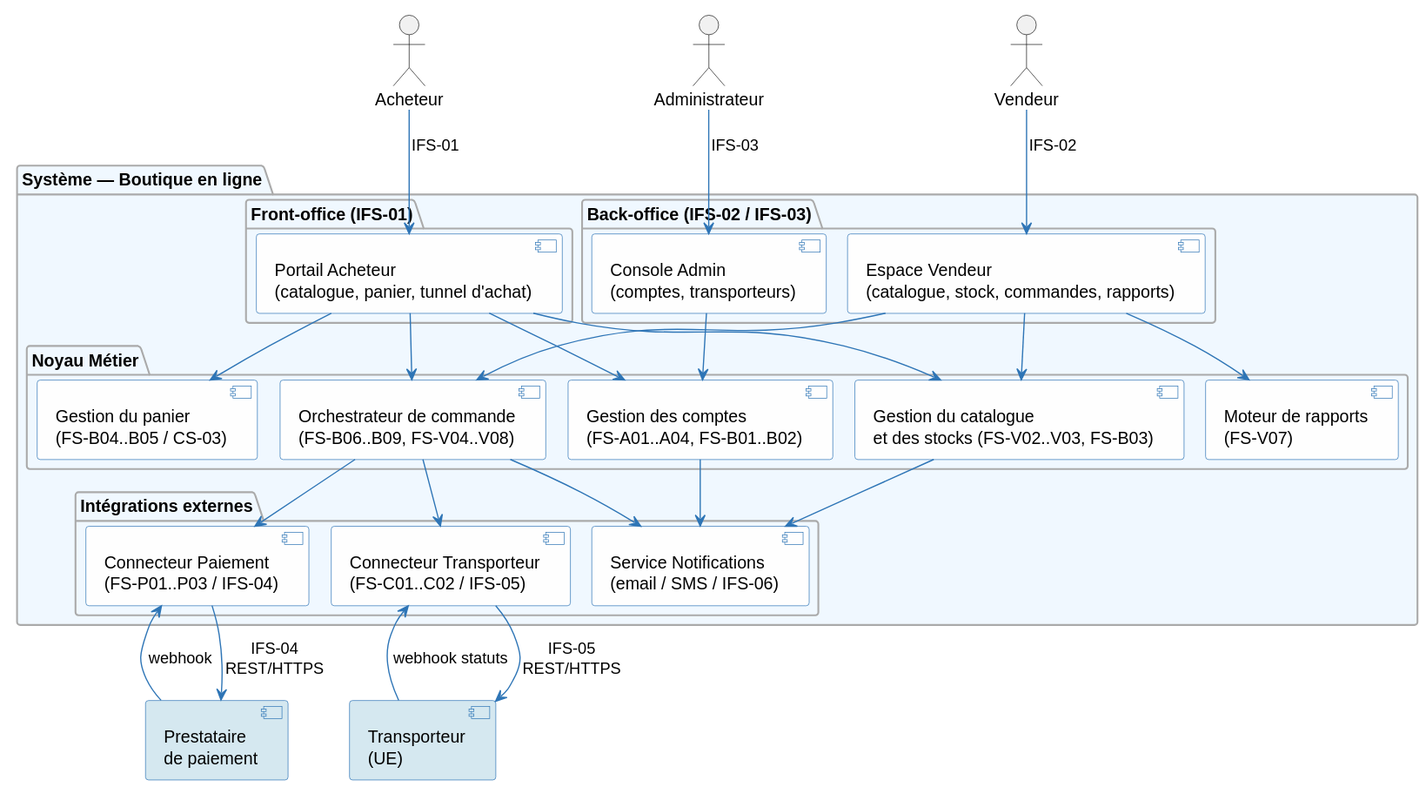
Before: architecture/02-system-analysis/diagrams/sa-components.svg, a diagram exported from PlantUML (louistalvande/online_shop).
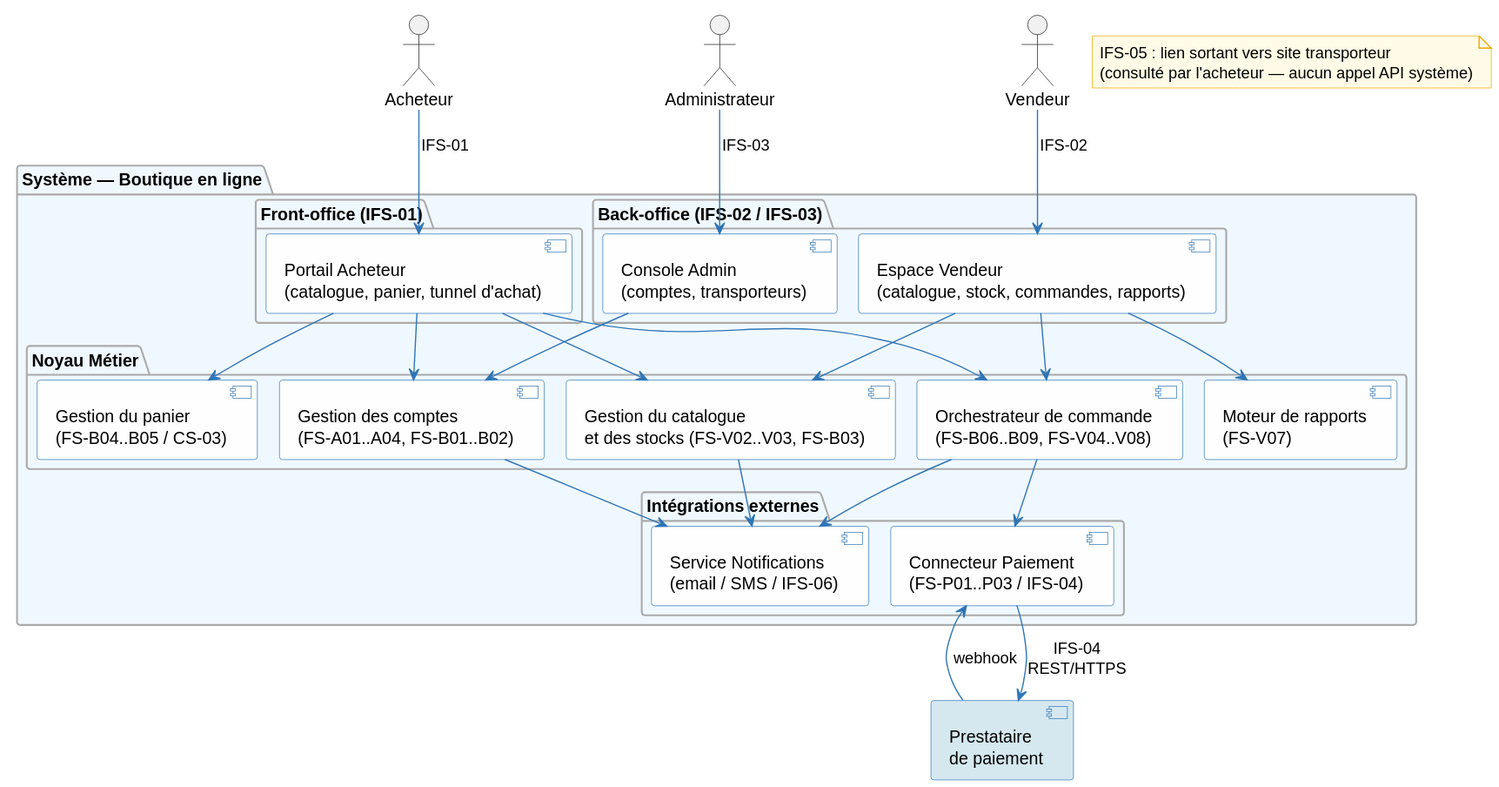
After the commit.

The edit, as a diff of the source:
```diff
@@ -34,14 +34,12 @@
 
   package "Intégrations externes" {
     [Connecteur Paiement\n(FS-P01..P03 / IFS-04)] as PaySvc
-    [Connecteur Transporteur\n(FS-C01..C02 / IFS-05)] as CarrierSvc
     [Service Notifications\n(email / SMS / IFS-06)] as NotifSvc
   }
 
 }
 
 component "Prestataire\nde paiement" as ExtPayment #D5E8F0
-component "Transporteur\n(UE)" as ExtCarrier #D5E8F0
 
 Buyer --> FrontBuyer : IFS-01
 Vendor --> BackVendor : IFS-02
@@ -59,7 +57,6 @@
 BackAdmin --> AccountSvc
 
 OrderSvc --> PaySvc
-OrderSvc --> CarrierSvc
 OrderSvc --> NotifSvc
 AccountSvc --> NotifSvc
 CatalogSvc --> NotifSvc
@@ -67,6 +64,5 @@
 PaySvc --> ExtPayment : IFS-04\nREST/HTTPS
 ExtPayment --> PaySvc : webhook
 
-CarrierSvc --> ExtCarrier : IFS-05\nREST/HTTPS
-ExtCarrier --> CarrierSvc : webhook statuts
+note "IFS-05 : lien sortant vers site transporteur\n(consulté par l'acheteur — aucun appel API système)" as N1
 @enduml
```
